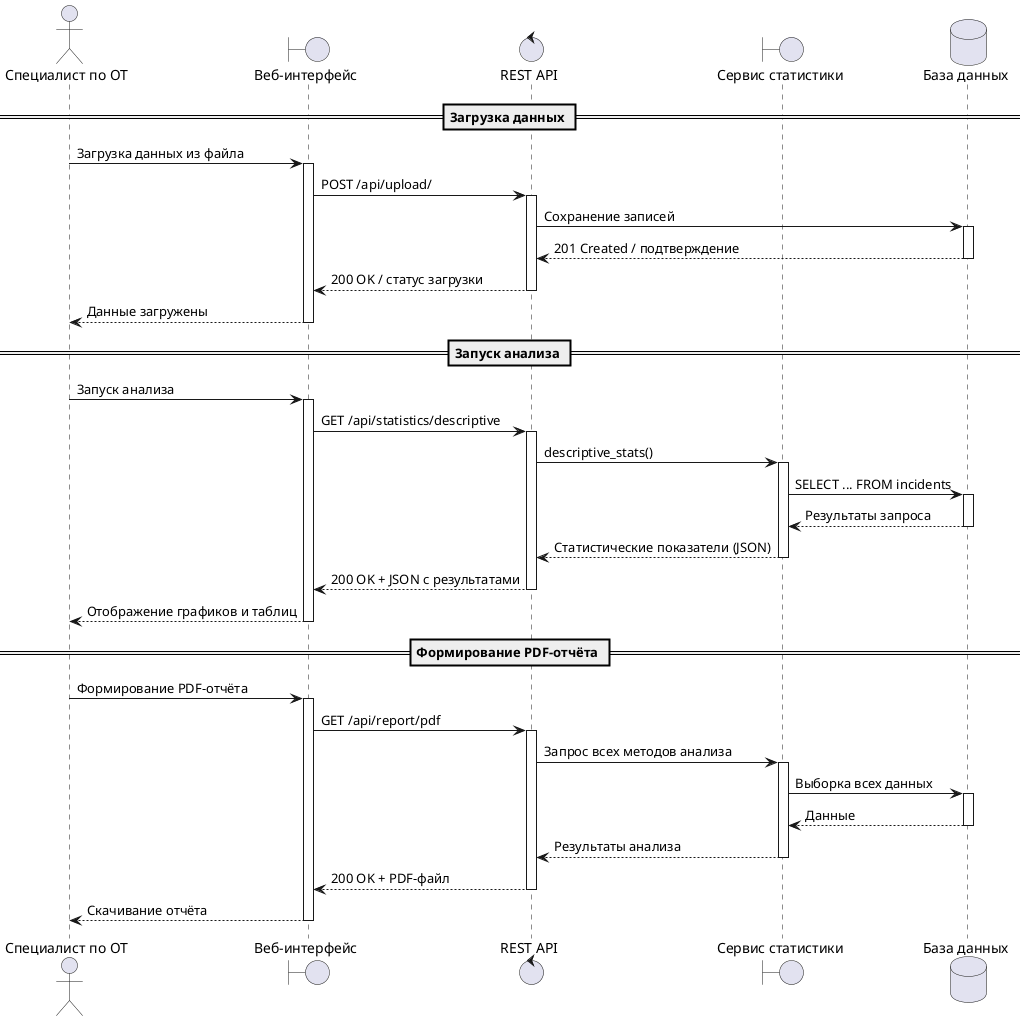
Before: docs/diagrams/sequence_diagram.png, a diagram exported from PlantUML (Ah3ron/diplom4).
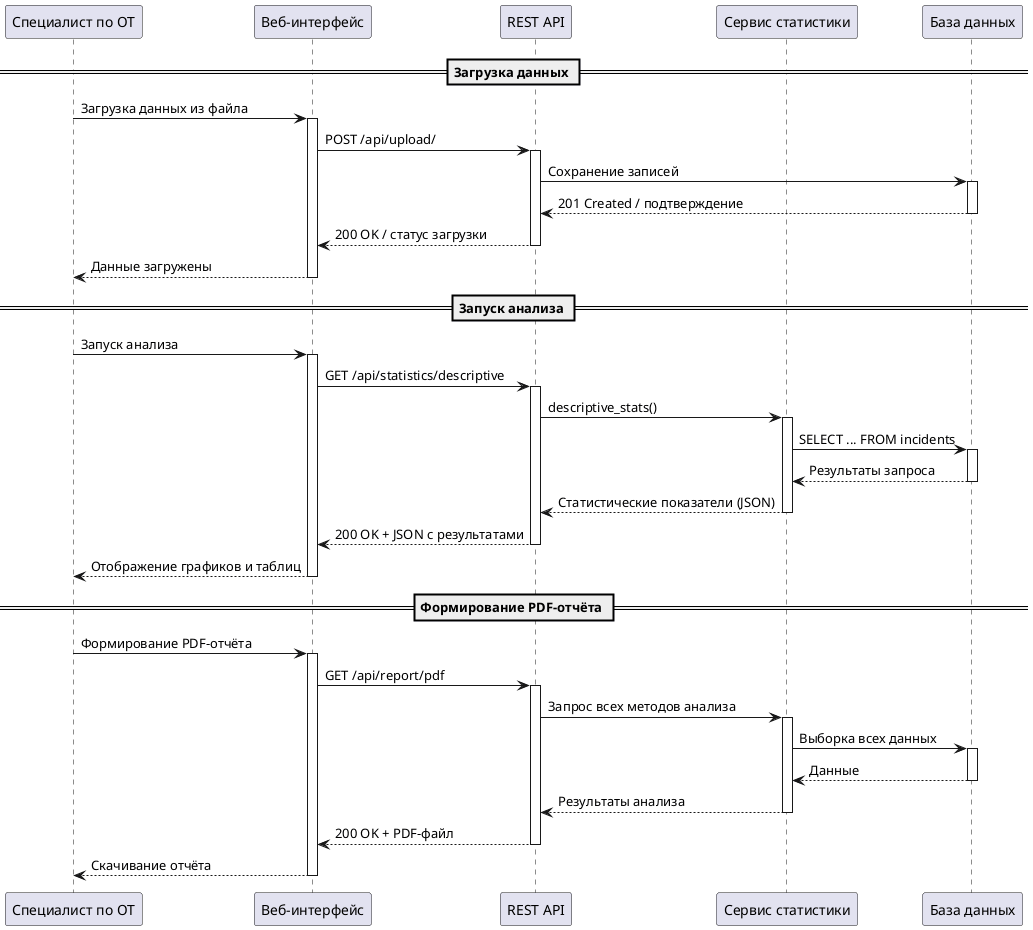
After the change.

The edit, as a diff of the source:
```diff
@@ -1,9 +1,10 @@
 @startuml
-actor "Специалист по ОТ" as User
-boundary "Веб-интерфейс" as UI
-control "REST API" as API
-boundary "Сервис статистики" as StatSvc
-database "База данных" as DB
+skinparam participantStyle rectangle
+participant "Специалист по ОТ" as User
+participant "Веб-интерфейс" as UI
+participant "REST API" as API
+participant "Сервис статистики" as StatSvc
+participant "База данных" as DB
 
 == Загрузка данных ==
 User -> UI: Загрузка данных из файла
```
